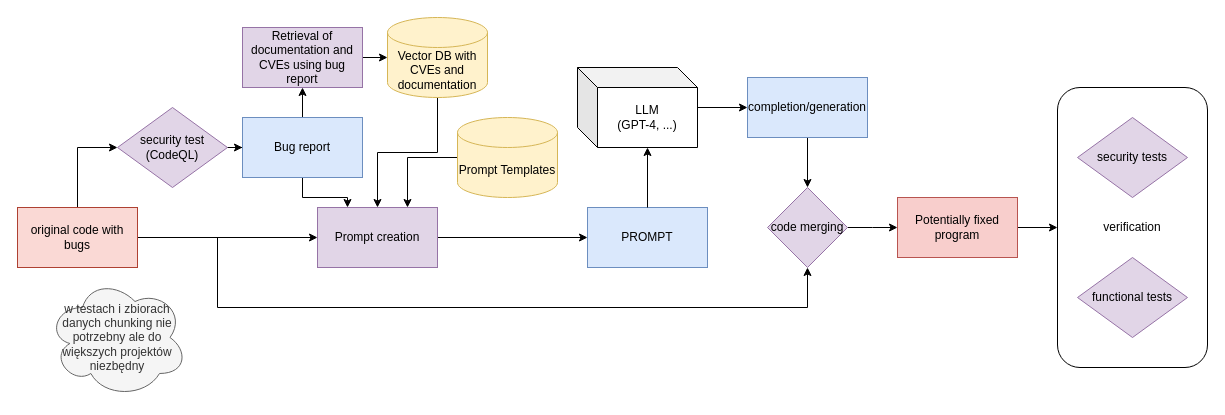
The draw.io diagram gptester.drawio in 70ziko/gptester, before the edit. Source tidied: cells renumbered, new cells numbered last; positions are measured from the earlier drawing's top-left corner, leaving out a move shared by most shapes. Both pictures are drawn from the tidied source at 100%, with x=0, y=0 at pixel (17, 17).
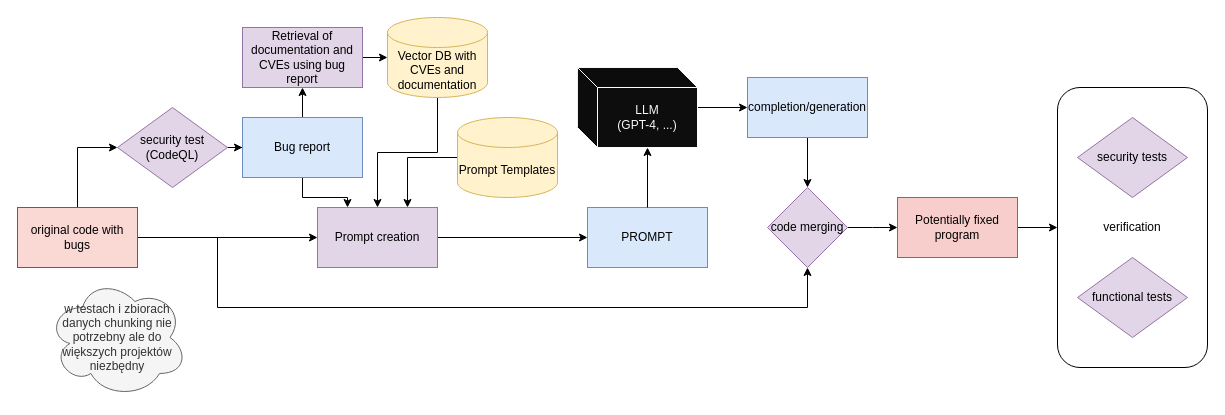
Above is the later version.

Change to the diagram source:
```diff
@@
-    <mxCell id="21" value="&lt;div&gt;LLM&lt;/div&gt;&lt;div&gt;(GPT-4, ...)&lt;br&gt;&lt;/div&gt;" style="shape=cube;whiteSpace=wrap;html=1;boundedLbl=1;backgroundOutline=1;darkOpacity=0.05;darkOpacity2=0.1;" parent="1" vertex="1">
+    <mxCell id="21" value="&lt;div&gt;LLM&lt;/div&gt;&lt;div&gt;(GPT-4, ...)&lt;br&gt;&lt;/div&gt;" style="shape=cube;whiteSpace=wrap;html=1;boundedLbl=1;backgroundOutline=1;darkOpacity=0.05;darkOpacity2=0.1;fillColor=#0D0D0D;strokeColor=#FCFCFC;fontColor=#FAF7F7;" parent="1" vertex="1">
       <mxGeometry x="560" y="50" width="120" height="80" as="geometry" />
     </mxCell>
```
